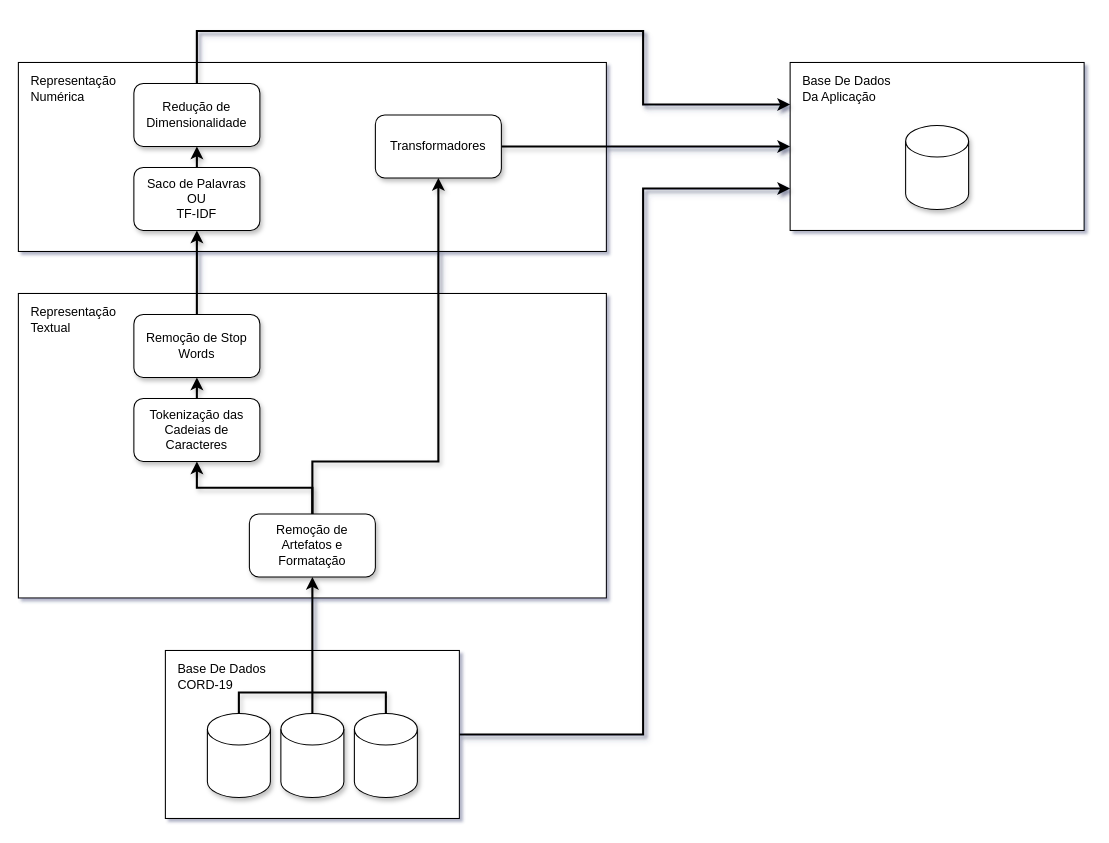
This is page "Covitext DataPath" (1 of 5) of thesis/Revisão Bibliográfica/Diagramas/TCC.drawio from ShutDownMan/CovidMap, a draw.io file, before an edit. Source tidied: cells renumbered, new cells numbered last; positions are measured from the earlier drawing's top-left corner, leaving out a move shared by most shapes. Both pictures are drawn from the tidied source at 105%, with x=0, y=0 at pixel (18, 30).
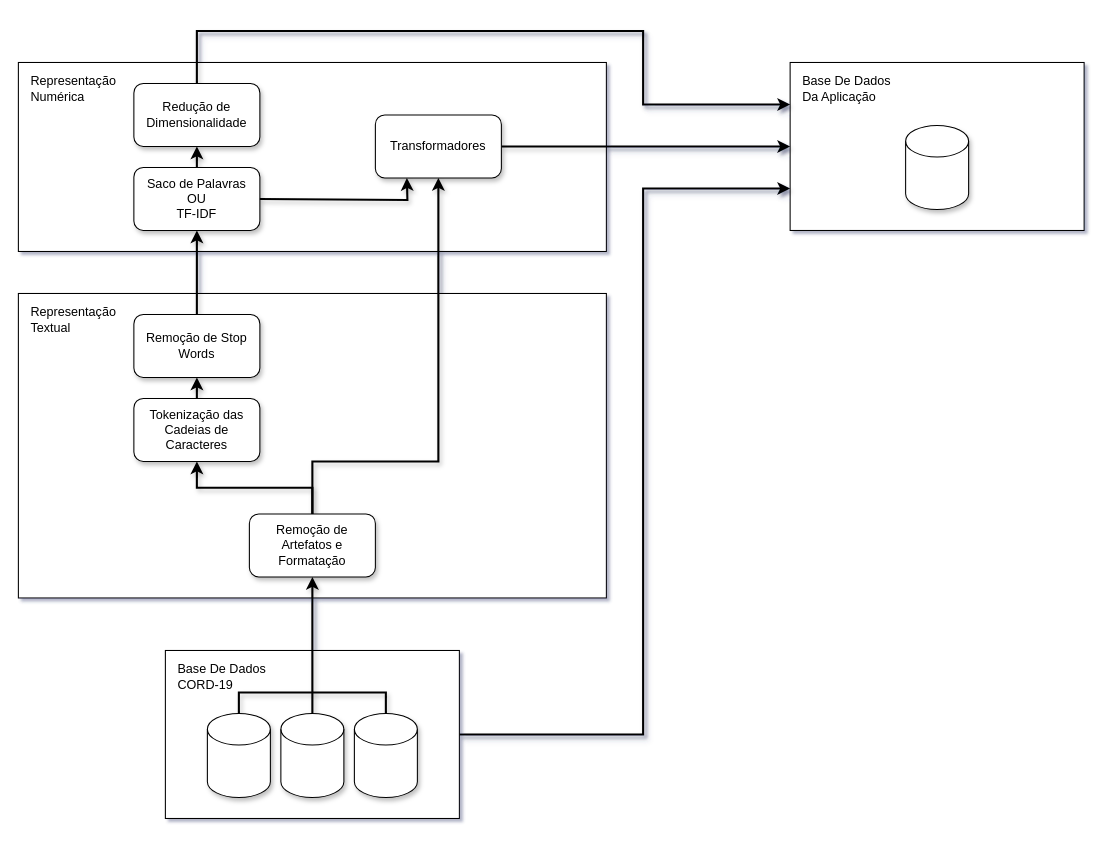
The same page after the edit.

Change to the diagram source:
```diff
@@
+    <mxCell id="32" style="edgeStyle=orthogonalEdgeStyle;rounded=0;orthogonalLoop=1;jettySize=auto;html=1;exitX=1;exitY=0.5;exitDx=0;exitDy=0;entryX=0.25;entryY=1;entryDx=0;entryDy=0;shadow=1;endFill=1;strokeWidth=2;" parent="1" edge="1">
+      <mxGeometry relative="1" as="geometry">
+        <mxPoint x="230" y="160" as="sourcePoint" />
+        <mxPoint x="370" y="140" as="targetPoint" />
+      </mxGeometry>
+    </mxCell>
```
